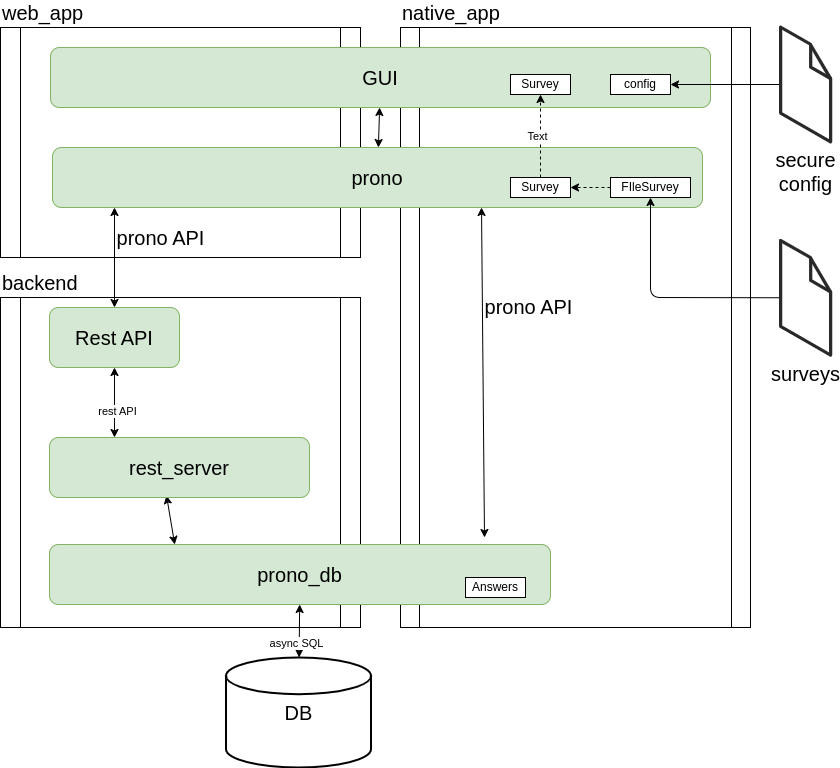
The draw.io diagram docs/architecture.drawio.png in jaques-sam/prono, before a commit. Source tidied: cells renumbered, new cells last; positions are measured from the earlier drawing's top-left corner, leaving out a move shared by most shapes.
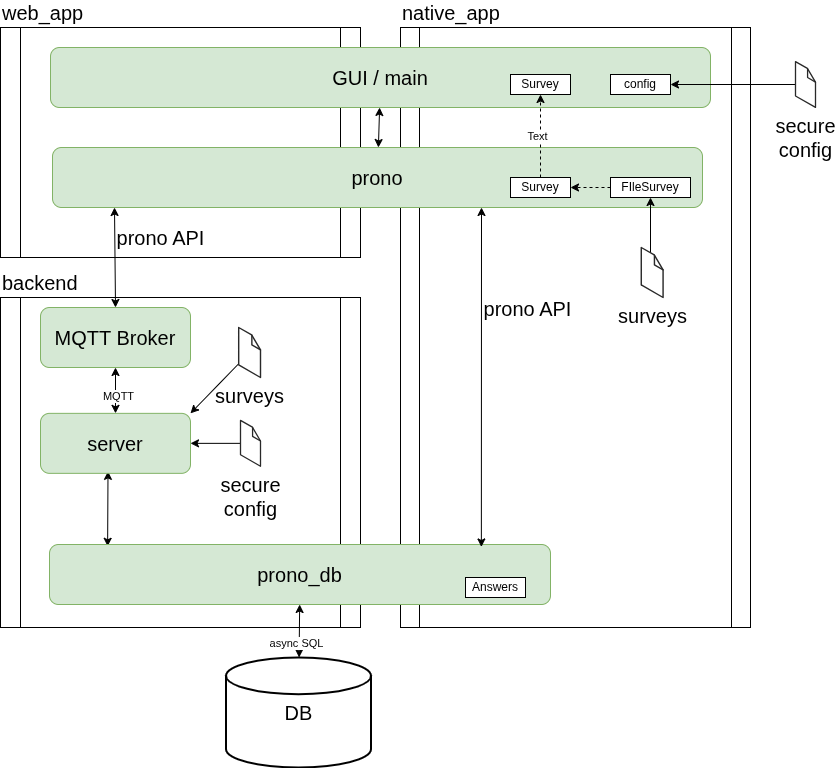
After the change.

Commit message:
fix: also show traces in prono_db creation + add tasks

The edit, as a diff of the source:
```diff
@@ -14,14 +14,14 @@
     <mxCell id="5" style="edgeStyle=none;html=1;startArrow=classic;startFill=1;" parent="1" edge="1" source="6" target="13">
       <mxGeometry y="-50" relative="1" as="geometry" />
     </mxCell>
-    <mxCell id="6" value="GUI" style="rounded=1;whiteSpace=wrap;html=1;fontSize=20;fillColor=#d5e8d4;strokeColor=#82b366;" parent="1" vertex="1">
+    <mxCell id="6" value="GUI / main" style="rounded=1;whiteSpace=wrap;html=1;fontSize=20;fillColor=#d5e8d4;strokeColor=#82b366;" parent="1" vertex="1">
       <mxGeometry x="50" y="20" width="660" height="60" as="geometry" />
     </mxCell>
-    <mxCell id="7" style="edgeStyle=none;html=1;startArrow=classic;startFill=1;exitX=0.45;exitY=0.967;exitDx=0;exitDy=0;entryX=0.25;entryY=0;entryDx=0;entryDy=0;exitPerimeter=0;" parent="1" edge="1" source="8" target="11">
+    <mxCell id="7" style="edgeStyle=none;html=1;startArrow=classic;startFill=1;exitX=0.45;exitY=0.967;exitDx=0;exitDy=0;entryX=0.116;entryY=0.03;entryDx=0;entryDy=0;exitPerimeter=0;entryPerimeter=0;" parent="1" edge="1" source="8" target="11">
       <mxGeometry relative="1" as="geometry" />
     </mxCell>
-    <mxCell id="8" value="rest_server" style="rounded=1;whiteSpace=wrap;html=1;fontSize=20;fillColor=#d5e8d4;strokeColor=#82b366;" parent="1" vertex="1">
-      <mxGeometry x="49" y="410" width="260" height="60" as="geometry" />
+    <mxCell id="8" value="server" style="rounded=1;whiteSpace=wrap;html=1;fontSize=20;fillColor=#d5e8d4;strokeColor=#82b366;" parent="1" vertex="1">
+      <mxGeometry x="40" y="385.9" width="150" height="60" as="geometry" />
     </mxCell>
     <mxCell id="9" style="edgeStyle=none;html=1;fontSize=20;startArrow=classic;startFill=1;" parent="1" edge="1" source="11" target="12">
       <mxGeometry relative="1" as="geometry" />
@@ -43,19 +43,19 @@
         <mxPoint x="114" y="180" as="targetPoint" />
       </mxGeometry>
     </mxCell>
-    <mxCell id="15" style="edgeStyle=none;html=1;fontSize=20;startArrow=classic;startFill=1;entryX=0.25;entryY=0;entryDx=0;entryDy=0;exitX=0.5;exitY=1;exitDx=0;exitDy=0;" parent="1" edge="1" source="17" target="8">
+    <mxCell id="15" style="edgeStyle=none;html=1;fontSize=20;startArrow=classic;startFill=1;entryX=0.5;entryY=0;entryDx=0;entryDy=0;exitX=0.5;exitY=1;exitDx=0;exitDy=0;" parent="1" edge="1" source="17" target="8">
       <mxGeometry relative="1" as="geometry" />
     </mxCell>
-    <mxCell id="16" value="rest API" style="edgeLabel;html=1;align=center;verticalAlign=middle;" parent="15" vertex="1">
+    <mxCell id="16" value="MQTT" style="edgeLabel;html=1;align=center;verticalAlign=middle;" parent="15" vertex="1">
       <mxGeometry x="0.23" y="2" relative="1" as="geometry" />
     </mxCell>
-    <mxCell id="17" value="Rest API" style="rounded=1;whiteSpace=wrap;html=1;fontSize=20;fillColor=#d5e8d4;strokeColor=#82b366;" parent="1" vertex="1">
-      <mxGeometry x="49" y="280" width="130" height="60" as="geometry" />
+    <mxCell id="17" value="MQTT Broker" style="rounded=1;whiteSpace=wrap;html=1;fontSize=20;fillColor=#d5e8d4;strokeColor=#82b366;" parent="1" vertex="1">
+      <mxGeometry x="40" y="280" width="150" height="60" as="geometry" />
     </mxCell>
     <mxCell id="18" style="edgeStyle=none;html=1;fontSize=20;fontColor=#FFB366;startArrow=none;startFill=0;entryX=0.5;entryY=1;entryDx=0;entryDy=0;" parent="1" edge="1" source="27" target="23">
       <mxGeometry relative="1" as="geometry">
         <Array as="points">
-          <mxPoint x="650" y="270" />
+          <mxPoint x="650" y="247" />
         </Array>
       </mxGeometry>
     </mxCell>
@@ -77,25 +77,35 @@
     <mxCell id="24" value="Survey" style="rounded=0;whiteSpace=wrap;html=1;" parent="1" vertex="1">
       <mxGeometry x="510" y="150" width="60" height="20" as="geometry" />
     </mxCell>
-    <mxCell id="25" value="prono API" style="edgeStyle=none;html=1;fontSize=20;startArrow=classic;startFill=1;entryX=0.66;entryY=1;entryDx=0;entryDy=0;entryPerimeter=0;" parent="1" edge="1" target="13">
-      <mxGeometry x="0.4" y="-46" relative="1" as="geometry">
-        <mxPoint x="484" y="510" as="sourcePoint" />
-      </mxGeometry>
+    <mxCell id="25" value="prono API" style="edgeStyle=none;html=1;fontSize=20;startArrow=classic;startFill=1;entryX=0.66;entryY=1;entryDx=0;entryDy=0;entryPerimeter=0;exitX=0.862;exitY=0.041;exitDx=0;exitDy=0;exitPerimeter=0;" parent="1" edge="1" source="11" target="13">
+      <mxGeometry x="0.4" y="-46" relative="1" as="geometry" />
     </mxCell>
     <mxCell id="26" value="Answers" style="rounded=0;whiteSpace=wrap;html=1;" parent="1" vertex="1">
       <mxGeometry x="465" y="550" width="60" height="20" as="geometry" />
     </mxCell>
     <mxCell id="27" value="&lt;span style=&quot;font-size: 20px;&quot;&gt;surveys&lt;/span&gt;" style="verticalLabelPosition=bottom;html=1;verticalAlign=top;strokeWidth=1;align=center;outlineConnect=0;dashed=0;outlineConnect=0;shape=mxgraph.aws3d.file;strokeColor=#292929;" parent="1" vertex="1">
-      <mxGeometry x="780" y="213" width="50" height="114.6" as="geometry" />
+      <mxGeometry x="640.8" y="220" width="21.8" height="50" as="geometry" />
     </mxCell>
     <mxCell id="28" style="edgeStyle=none;html=1;" parent="1" edge="1" source="29" target="30">
       <mxGeometry relative="1" as="geometry" />
     </mxCell>
     <mxCell id="29" value="&lt;span style=&quot;font-size: 20px;&quot;&gt;secure&lt;br&gt;config&lt;/span&gt;" style="verticalLabelPosition=bottom;html=1;verticalAlign=top;strokeWidth=1;align=center;outlineConnect=0;dashed=0;outlineConnect=0;shape=mxgraph.aws3d.file;strokeColor=#292929;" parent="1" vertex="1">
-      <mxGeometry x="780" y="-0.3" width="50" height="114.6" as="geometry" />
+      <mxGeometry x="795" y="34.1" width="20" height="45.9" as="geometry" />
     </mxCell>
     <mxCell id="30" value="config" style="rounded=0;whiteSpace=wrap;html=1;" parent="1" vertex="1">
       <mxGeometry x="610" y="47" width="60" height="20" as="geometry" />
     </mxCell>
+    <mxCell id="31" style="edgeStyle=none;html=1;" parent="1" edge="1" source="32" target="8">
+      <mxGeometry relative="1" as="geometry" />
+    </mxCell>
+    <mxCell id="32" value="&lt;span style=&quot;font-size: 20px;&quot;&gt;secure&lt;br&gt;config&lt;/span&gt;" style="verticalLabelPosition=bottom;html=1;verticalAlign=top;strokeWidth=1;align=center;outlineConnect=0;dashed=0;outlineConnect=0;shape=mxgraph.aws3d.file;strokeColor=#292929;" parent="1" vertex="1">
+      <mxGeometry x="240" y="392.9" width="20" height="45.9" as="geometry" />
+    </mxCell>
+    <mxCell id="33" style="edgeStyle=none;html=1;entryX=1;entryY=0;entryDx=0;entryDy=0;" parent="1" edge="1" source="34" target="8">
+      <mxGeometry relative="1" as="geometry" />
+    </mxCell>
+    <mxCell id="34" value="&lt;span style=&quot;font-size: 20px;&quot;&gt;surveys&lt;/span&gt;" style="verticalLabelPosition=bottom;html=1;verticalAlign=top;strokeWidth=1;align=center;outlineConnect=0;dashed=0;outlineConnect=0;shape=mxgraph.aws3d.file;strokeColor=#292929;" parent="1" vertex="1">
+      <mxGeometry x="238.2" y="300" width="21.8" height="50" as="geometry" />
+    </mxCell>
   </root>
 </mxGraphModel>
```
